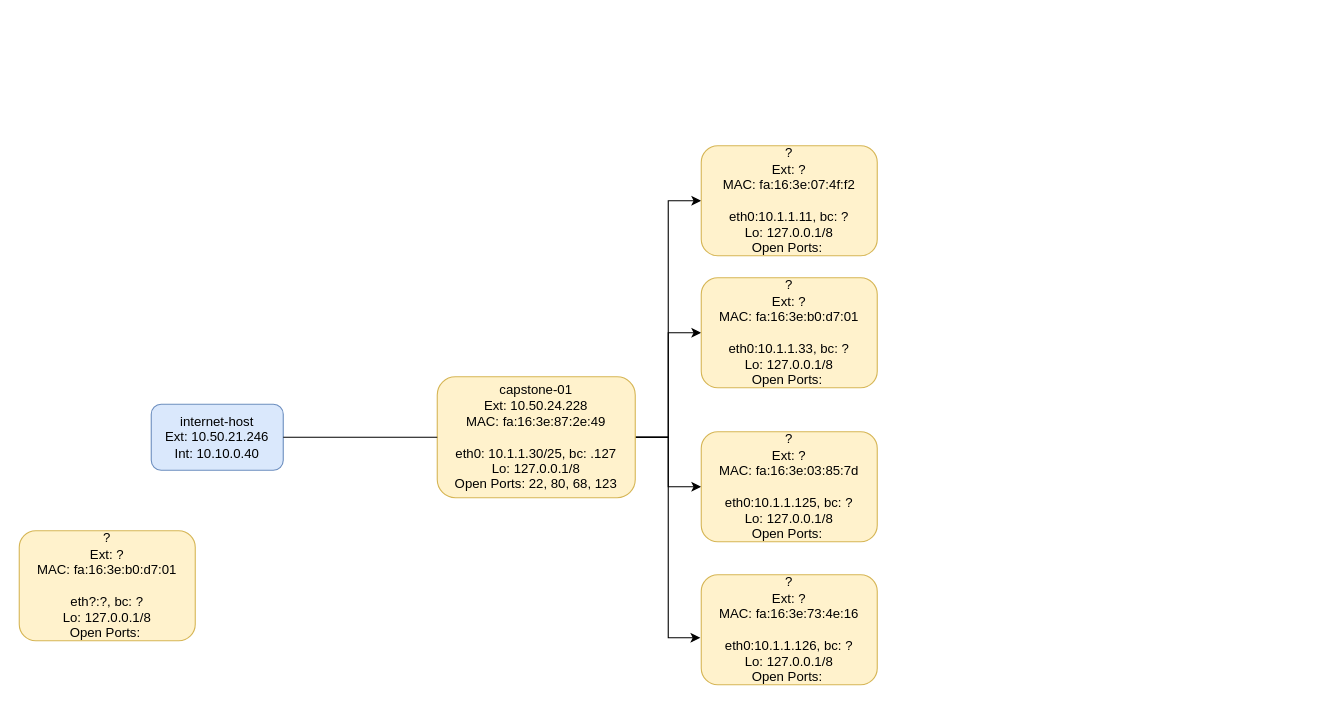
Above: ctf/Capstone1.drawio in abfarr/cctc (draw.io), before the change. Source tidied: cells renumbered, new cells numbered last; positions are measured from the earlier drawing's top-left corner, leaving out a move shared by most shapes. Both pictures are drawn from the tidied source at 110%, with x=0, y=0 at pixel (19, 145).
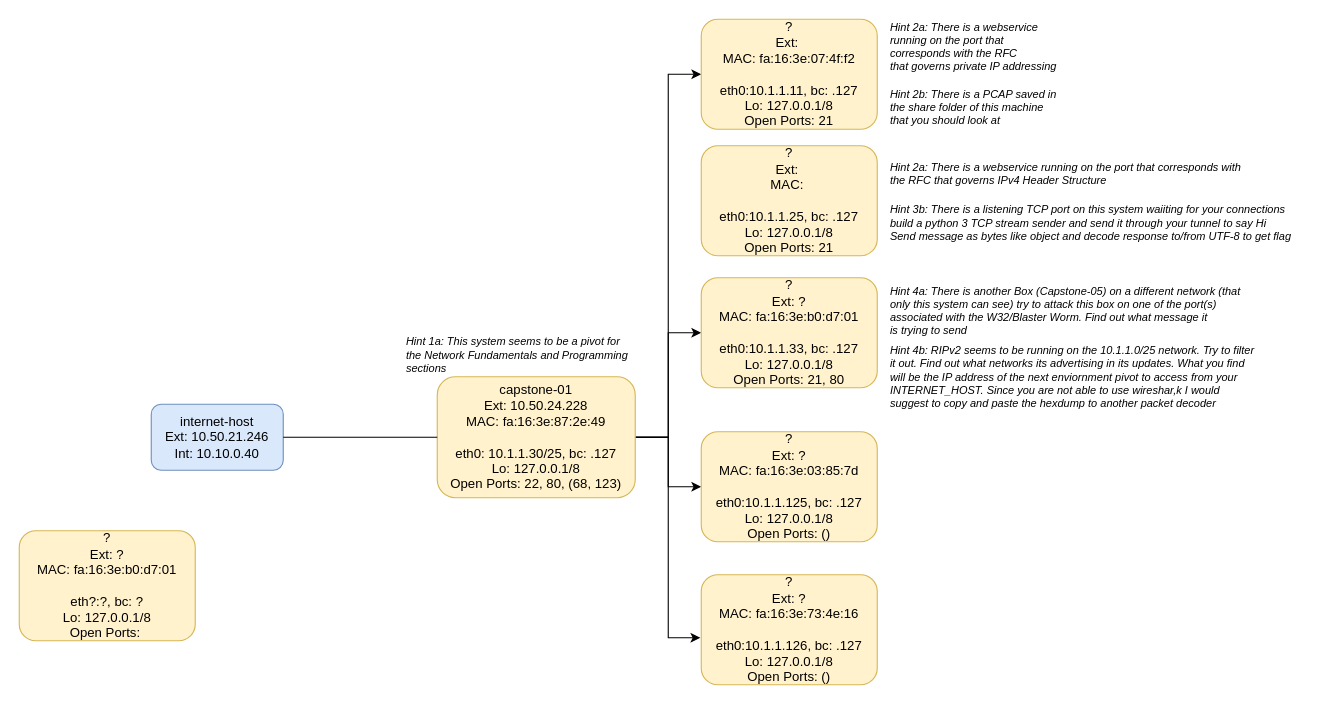
The same diagram, later.

The edit, as a diff of the source:
```diff
@@
-    <mxCell id="7" value="capstone-01&lt;br&gt;Ext: 10.50.24.228&lt;br&gt;MAC:&amp;nbsp;fa:16:3e:87:2e:49&lt;br&gt;&lt;br&gt;eth0: 10.1.1.30/25, bc: .127&lt;br&gt;Lo: 127.0.0.1/8&lt;br&gt;Open Ports: 22, 80, 68, 123" style="rounded=1;whiteSpace=wrap;html=1;fillColor=#fff2cc;strokeColor=#d6b656;" parent="1" vertex="1">
+    <mxCell id="7" value="capstone-01&lt;br&gt;Ext: 10.50.24.228&lt;br&gt;MAC:&amp;nbsp;fa:16:3e:87:2e:49&lt;br&gt;&lt;br&gt;eth0: 10.1.1.30/25, bc: .127&lt;br&gt;Lo: 127.0.0.1/8&lt;br&gt;Open Ports: 22, 80, (68, 123)" style="rounded=1;whiteSpace=wrap;html=1;fillColor=#fff2cc;strokeColor=#d6b656;" parent="1" vertex="1">
       <mxGeometry x="380" y="210" width="180" height="110" as="geometry" />
     </mxCell>
-    <mxCell id="8" value="?&lt;br&gt;Ext: ?&lt;br&gt;MAC:&amp;nbsp;fa:16:3e:b0:d7:01&lt;br&gt;&lt;br&gt;eth0:10.1.1.33, bc: ?&lt;br&gt;Lo: 127.0.0.1/8&lt;br&gt;Open Ports:&amp;nbsp;" style="rounded=1;whiteSpace=wrap;html=1;fillColor=#fff2cc;strokeColor=#d6b656;" parent="1" vertex="1">
+    <mxCell id="8" value="?&lt;br&gt;Ext: ?&lt;br&gt;MAC:&amp;nbsp;fa:16:3e:b0:d7:01&lt;br&gt;&lt;br&gt;eth0:10.1.1.33, bc: .127&lt;br&gt;Lo: 127.0.0.1/8&lt;br&gt;Open Ports: 21, 80" style="rounded=1;whiteSpace=wrap;html=1;fillColor=#fff2cc;strokeColor=#d6b656;" parent="1" vertex="1">
       <mxGeometry x="620" y="120" width="160" height="100" as="geometry" />
     </mxCell>
@@
-    <mxCell id="11" value="?&lt;br&gt;Ext: ?&lt;br&gt;MAC: fa:16:3e:07:4f:f2&lt;br&gt;&lt;br&gt;eth0:10.1.1.11, bc: ?&lt;br&gt;Lo: 127.0.0.1/8&lt;br&gt;Open Ports:&amp;nbsp;" style="rounded=1;whiteSpace=wrap;html=1;fillColor=#fff2cc;strokeColor=#d6b656;" parent="1" vertex="1">
-      <mxGeometry x="620" width="160" height="100" as="geometry" />
+    <mxCell id="11" value="?&lt;br&gt;Ext:&amp;nbsp;&lt;br&gt;MAC: fa:16:3e:07:4f:f2&lt;br&gt;&lt;br&gt;eth0:10.1.1.11, bc: .127&lt;br&gt;Lo: 127.0.0.1/8&lt;br&gt;Open Ports: 21" style="rounded=1;whiteSpace=wrap;html=1;fillColor=#fff2cc;strokeColor=#d6b656;" parent="1" vertex="1">
+      <mxGeometry x="620" y="-115" width="160" height="100" as="geometry" />
     </mxCell>
-    <mxCell id="12" value="?&lt;br&gt;Ext: ?&lt;br&gt;MAC: fa:16:3e:03:85:7d&lt;br&gt;&lt;br&gt;eth0:10.1.1.125, bc: ?&lt;br&gt;Lo: 127.0.0.1/8&lt;br&gt;Open Ports:&amp;nbsp;" style="rounded=1;whiteSpace=wrap;html=1;fillColor=#fff2cc;strokeColor=#d6b656;" parent="1" vertex="1">
+    <mxCell id="12" value="?&lt;br&gt;Ext: ?&lt;br&gt;MAC: fa:16:3e:03:85:7d&lt;br&gt;&lt;br&gt;eth0:10.1.1.125, bc: .127&lt;br&gt;Lo: 127.0.0.1/8&lt;br&gt;Open Ports: ()" style="rounded=1;whiteSpace=wrap;html=1;fillColor=#fff2cc;strokeColor=#d6b656;" parent="1" vertex="1">
       <mxGeometry x="620" y="260" width="160" height="100" as="geometry" />
     </mxCell>
-    <mxCell id="13" value="?&lt;br&gt;Ext: ?&lt;br&gt;MAC:&amp;nbsp;fa:16:3e:73:4e:16&lt;br&gt;&lt;br&gt;eth0:10.1.1.126, bc: ?&lt;br&gt;Lo: 127.0.0.1/8&lt;br&gt;Open Ports:&amp;nbsp;" style="rounded=1;whiteSpace=wrap;html=1;fillColor=#fff2cc;strokeColor=#d6b656;" parent="1" vertex="1">
+    <mxCell id="13" value="?&lt;br&gt;Ext: ?&lt;br&gt;MAC:&amp;nbsp;fa:16:3e:73:4e:16&lt;br&gt;&lt;br&gt;eth0:10.1.1.126, bc: .127&lt;br&gt;Lo: 127.0.0.1/8&lt;br&gt;Open Ports: ()" style="rounded=1;whiteSpace=wrap;html=1;fillColor=#fff2cc;strokeColor=#d6b656;" parent="1" vertex="1">
       <mxGeometry x="620" y="390" width="160" height="100" as="geometry" />
     </mxCell>
+    <mxCell id="14" value="?&lt;br&gt;Ext:&amp;nbsp;&lt;br&gt;MAC:&amp;nbsp;&lt;br&gt;&lt;br&gt;eth0:10.1.1.25, bc: .127&lt;br&gt;Lo: 127.0.0.1/8&lt;br&gt;Open Ports: 21" style="rounded=1;whiteSpace=wrap;html=1;fillColor=#fff2cc;strokeColor=#d6b656;" parent="1" vertex="1">
+      <mxGeometry x="620" width="160" height="100" as="geometry" />
+    </mxCell>
+    <mxCell id="15" value="Hint 2a: There is a webservice &lt;br style=&quot;font-size: 10px&quot;&gt;running on the port that &lt;br style=&quot;font-size: 10px&quot;&gt;corresponds with the RFC &lt;br style=&quot;font-size: 10px&quot;&gt;that governs private IP addressing" style="text;html=1;align=left;verticalAlign=middle;strokeColor=none;fillColor=none;fontStyle=2;fontSize=10;" parent="1" vertex="1">
+      <mxGeometry x="790" y="-115" width="170" height="50" as="geometry" />
+    </mxCell>
+    <mxCell id="16" value="Hint 2b: There is a PCAP saved in &lt;br style=&quot;font-size: 10px&quot;&gt;the share folder of this machine &lt;br style=&quot;font-size: 10px&quot;&gt;that you should look at&amp;nbsp;" style="text;html=1;align=left;verticalAlign=middle;strokeColor=none;fillColor=none;fontStyle=2;fontSize=10;" parent="1" vertex="1">
+      <mxGeometry x="790" y="-55" width="170" height="40" as="geometry" />
+    </mxCell>
+    <mxCell id="17" value="Hint 2a: There is a webservice running on the port that corresponds with&amp;nbsp;&lt;br&gt;the RFC that governs IPv4 Header Structure" style="text;html=1;align=left;verticalAlign=middle;strokeColor=none;fillColor=none;fontStyle=2;fontSize=10;" parent="1" vertex="1">
+      <mxGeometry x="790" y="10" width="340" height="30" as="geometry" />
+    </mxCell>
+    <mxCell id="18" value="Hint 3b: There is a listening TCP port on this system waiiting for your connections&lt;br&gt;build a python 3 TCP stream sender and send it through your tunnel to say Hi&lt;br&gt;Send message as bytes like object and&amp;nbsp;decode response to/from UTF-8 to get flag&amp;nbsp;" style="text;html=1;align=left;verticalAlign=middle;strokeColor=none;fillColor=none;fontStyle=2;fontSize=10;" parent="1" vertex="1">
+      <mxGeometry x="790" y="50" width="380" height="40" as="geometry" />
+    </mxCell>
+    <mxCell id="19" value="Hint 4a: There is another Box (Capstone-05) on a different network (that&lt;br&gt;only this system can see) try to attack this box on one of the port(s)&amp;nbsp;&lt;br&gt;associated with the W32/Blaster Worm. Find out what message it&lt;br&gt;is trying to send" style="text;html=1;align=left;verticalAlign=middle;strokeColor=none;fillColor=none;fontStyle=2;fontSize=10;" parent="1" vertex="1">
+      <mxGeometry x="790" y="125" width="330" height="50" as="geometry" />
+    </mxCell>
+    <mxCell id="20" value="Hint 4b: RIPv2 seems to be running on the 10.1.1.0/25 network. Try to filter&lt;br&gt;it out. Find out what networks its advertising in its updates. What you find&lt;br&gt;will be the IP address of the next enviornment pivot to access from your&amp;nbsp;&lt;br&gt;INTERNET_HOST. Since you are not able to use wireshar,k I would &lt;br&gt;suggest to copy and paste the hexdump to another packet decoder" style="text;html=1;align=left;verticalAlign=middle;strokeColor=none;fillColor=none;fontStyle=2;fontSize=10;" parent="1" vertex="1">
+      <mxGeometry x="790" y="175" width="350" height="70" as="geometry" />
+    </mxCell>
+    <mxCell id="21" value="Hint 1a: This system seems to be a pivot for&lt;br&gt;the Network Fundamentals and Programming&lt;br&gt;sections" style="text;html=1;align=left;verticalAlign=middle;strokeColor=none;fillColor=none;fontStyle=2;fontSize=10;" parent="1" vertex="1">
+      <mxGeometry x="350" y="170" width="220" height="40" as="geometry" />
+    </mxCell>
```
